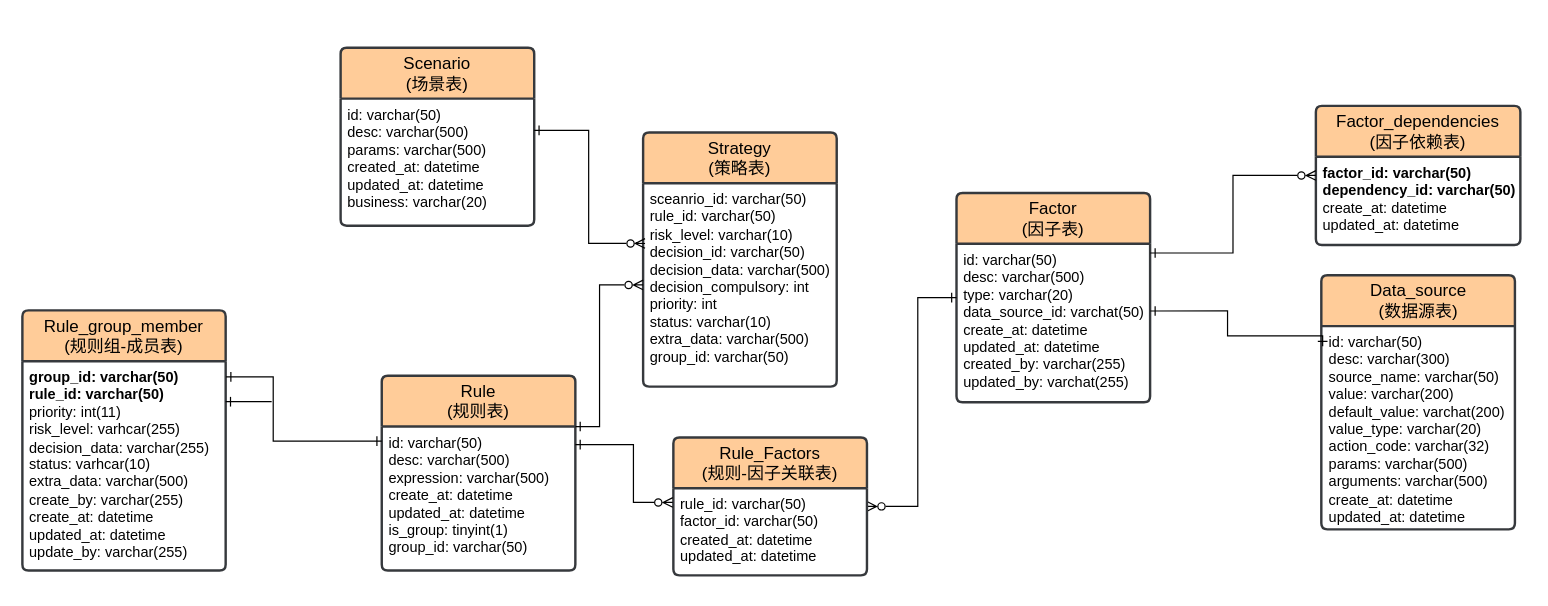
Before: er测试.drawio in Pumpkin9841/pictures, a draw.io diagram. Source tidied: cells renumbered, new cells numbered last; positions are measured from the earlier drawing's top-left corner, leaving out a move shared by most shapes. Both pictures are drawn from the tidied source at 121%, with x=0, y=0 at pixel (22, 29).
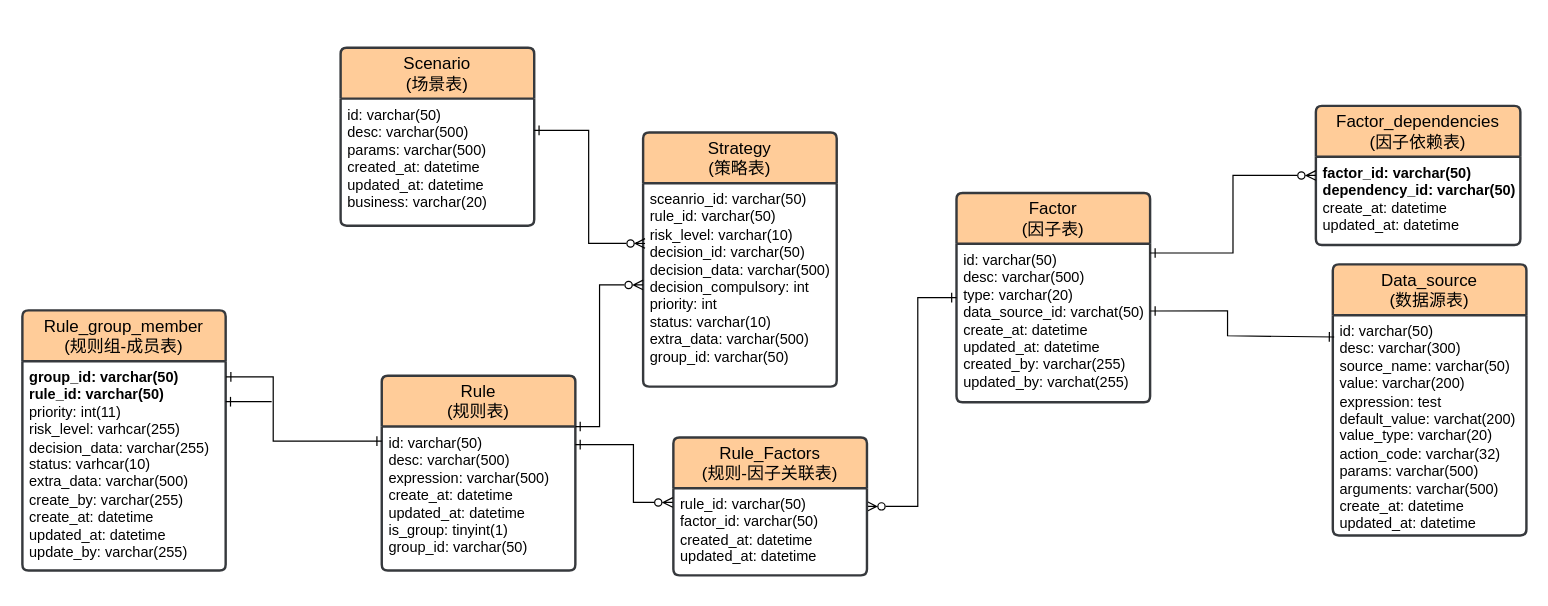
The same page after the edit.

What changed in the source:
```diff
@@
     <mxCell id="11" value="Data_source&lt;br&gt;(数据源表)" style="swimlane;horizontal=1;startSize=42;rounded=1;fontSize=14;fontStyle=0;strokeWidth=2;shadow=0;dashed=0;align=center;arcSize=4;whiteSpace=wrap;html=1;fillColor=#ffcc99;strokeColor=#36393d;" parent="1" vertex="1">
-      <mxGeometry x="1073.5" y="203" width="160" height="210" as="geometry" />
+      <mxGeometry x="1083" y="194" width="160" height="224" as="geometry" />
     </mxCell>
-    <mxCell id="12" value="id: varchar(50)&lt;br&gt;desc: varchar(300)&lt;br&gt;source_name: varchar(50)&lt;br&gt;value: varchar(200)&lt;br&gt;default_value: varchat(200)&lt;br&gt;value_type: varchar(20)&lt;br&gt;action_code: varchar(32)&lt;br&gt;params: varchar(500)&lt;br&gt;arguments: varchar(500)&lt;br&gt;create_at: datetime&lt;br&gt;updated_at: datetime" style="align=left;strokeColor=none;fillColor=none;spacingLeft=4;fontSize=12;verticalAlign=top;html=1;" parent="11" vertex="1">
-      <mxGeometry y="42" width="160" height="168" as="geometry" />
+    <mxCell id="12" value="id: varchar(50)&lt;br&gt;desc: varchar(300)&lt;br&gt;source_name: varchar(50)&lt;br&gt;value: varchar(200)&lt;br&gt;expression: test&lt;br&gt;default_value: varchat(200)&lt;br&gt;value_type: varchar(20)&lt;br&gt;action_code: varchar(32)&lt;br&gt;params: varchar(500)&lt;br&gt;arguments: varchar(500)&lt;br&gt;create_at: datetime&lt;br&gt;updated_at: datetime" style="align=left;strokeColor=none;fillColor=none;spacingLeft=4;fontSize=12;verticalAlign=top;html=1;" parent="11" vertex="1">
+      <mxGeometry y="42" width="160" height="182" as="geometry" />
     </mxCell>
```
